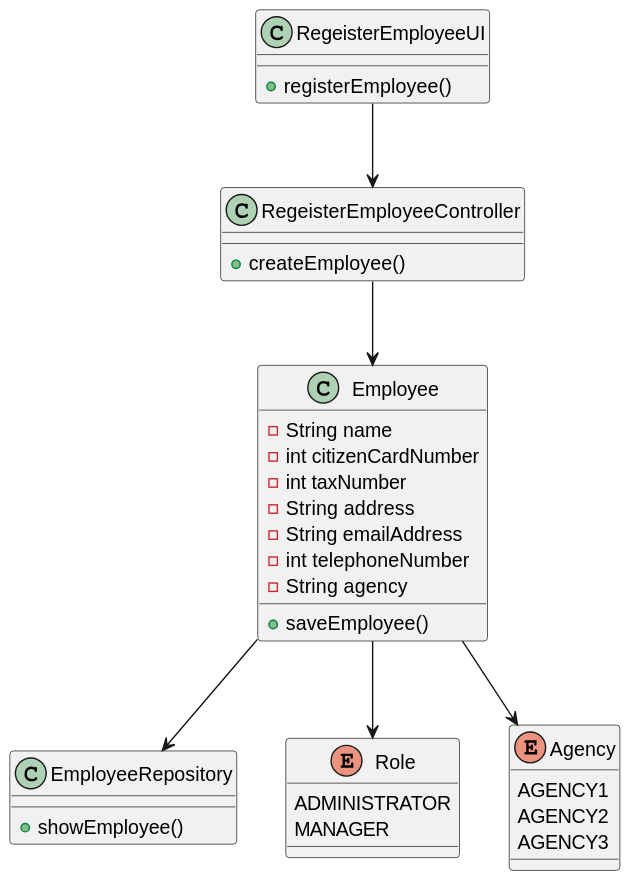
The PlantUML diagram docs/sprintB/US003/03.design/svg/CD.svg in tiagohcorreia/LAPR2, before a commit.
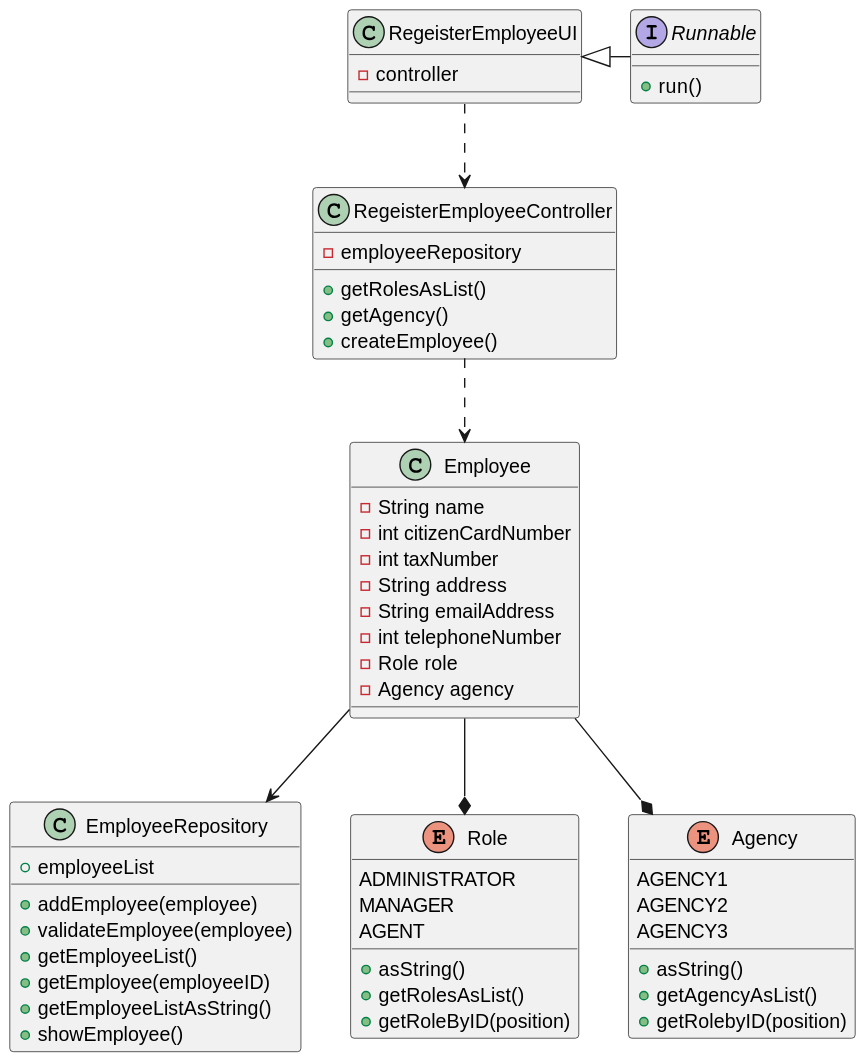
The same diagram one commit later.

The edit, as a diff of the source:
```diff
@@ -1,34 +1,52 @@
 @startuml
 class Employee {
+
     - String name
     - int citizenCardNumber
     - int taxNumber
     - String address
     - String emailAddress
     - int telephoneNumber
-    - String agency
-    + saveEmployee()
+    - Role role
+    - Agency agency
+
 
 }
 
 class RegeisterEmployeeUI {
-    + registerEmployee()
+
+    - controller
+
 
 }
 
 class RegeisterEmployeeController {
+
+    - employeeRepository
+    + getRolesAsList()
+    + getAgency()
     + createEmployee()
 }
 
 class EmployeeRepository {
+
+    + employeeList
+    + addEmployee(employee)
+    + validateEmployee(employee)
+    + getEmployeeList()
+    + getEmployee(employeeID)
+    + getEmployeeListAsString()
     + showEmployee()
-
 }
 
 Enum Role {
 
     ADMINISTRATOR
     MANAGER
+    AGENT
+    + asString()
+    + getRolesAsList()
+    + getRoleByID(position)
 }
 
 Enum Agency {
@@ -36,11 +54,19 @@
     AGENCY1
     AGENCY2
     AGENCY3
+    + asString()
+    + getAgencyAsList()
+    + getRolebyID(position)
 }
 
-RegeisterEmployeeUI --> RegeisterEmployeeController
-RegeisterEmployeeController --> Employee
-Employee --> Role
-Employee --> Agency
+Interface Runnable {
+    + run()
+}
+
+Runnable -left-|> RegeisterEmployeeUI
+RegeisterEmployeeUI ..> RegeisterEmployeeController
+RegeisterEmployeeController ..> Employee
+Employee --* Role
+Employee --* Agency
 Employee --> EmployeeRepository
 @enduml
```
